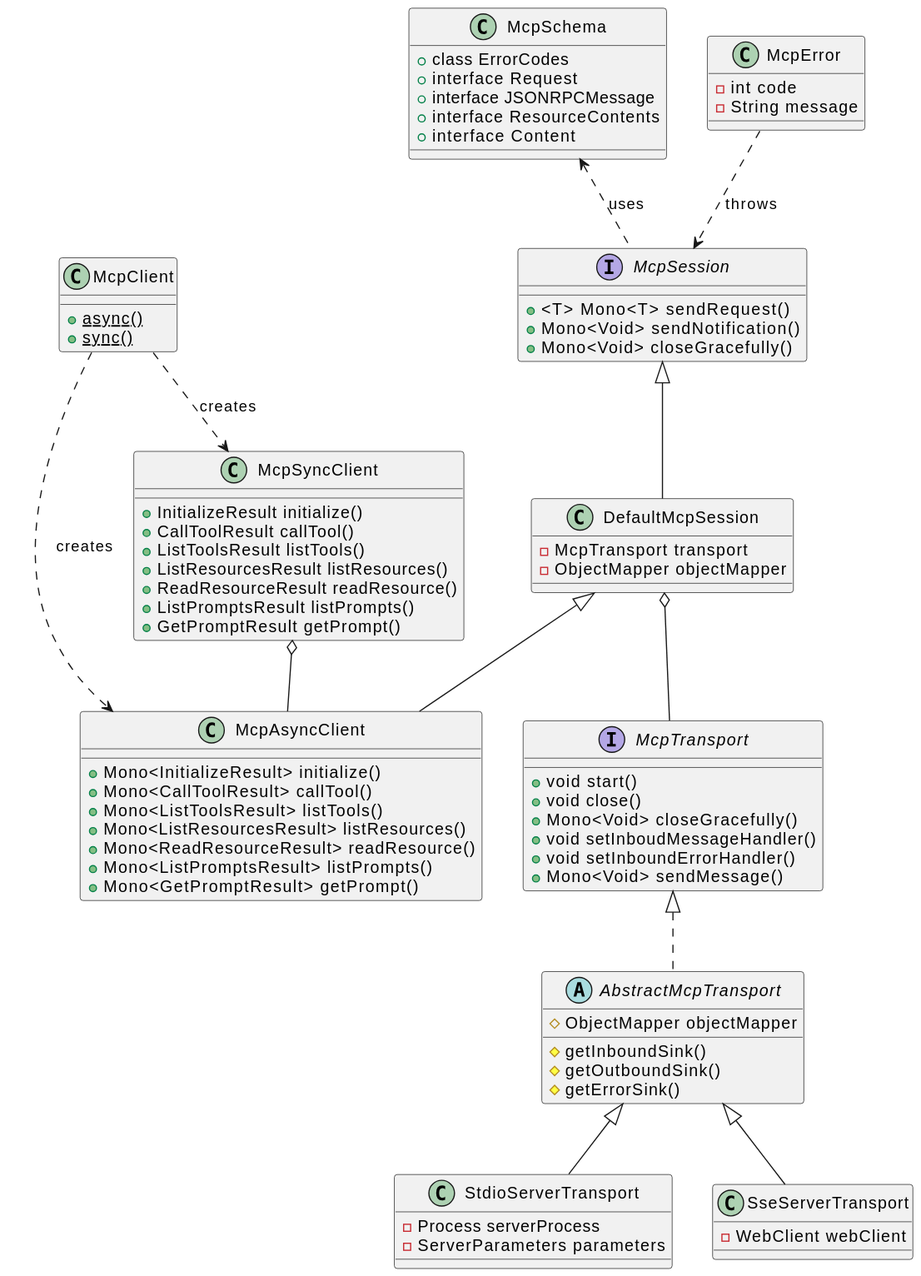
This is spring-ai-mcp-core/docs/spring-ai-mcp-uml-classdiagram.svg from ziscloud/java-sdk, a PlantUML export, as it was before one commit.
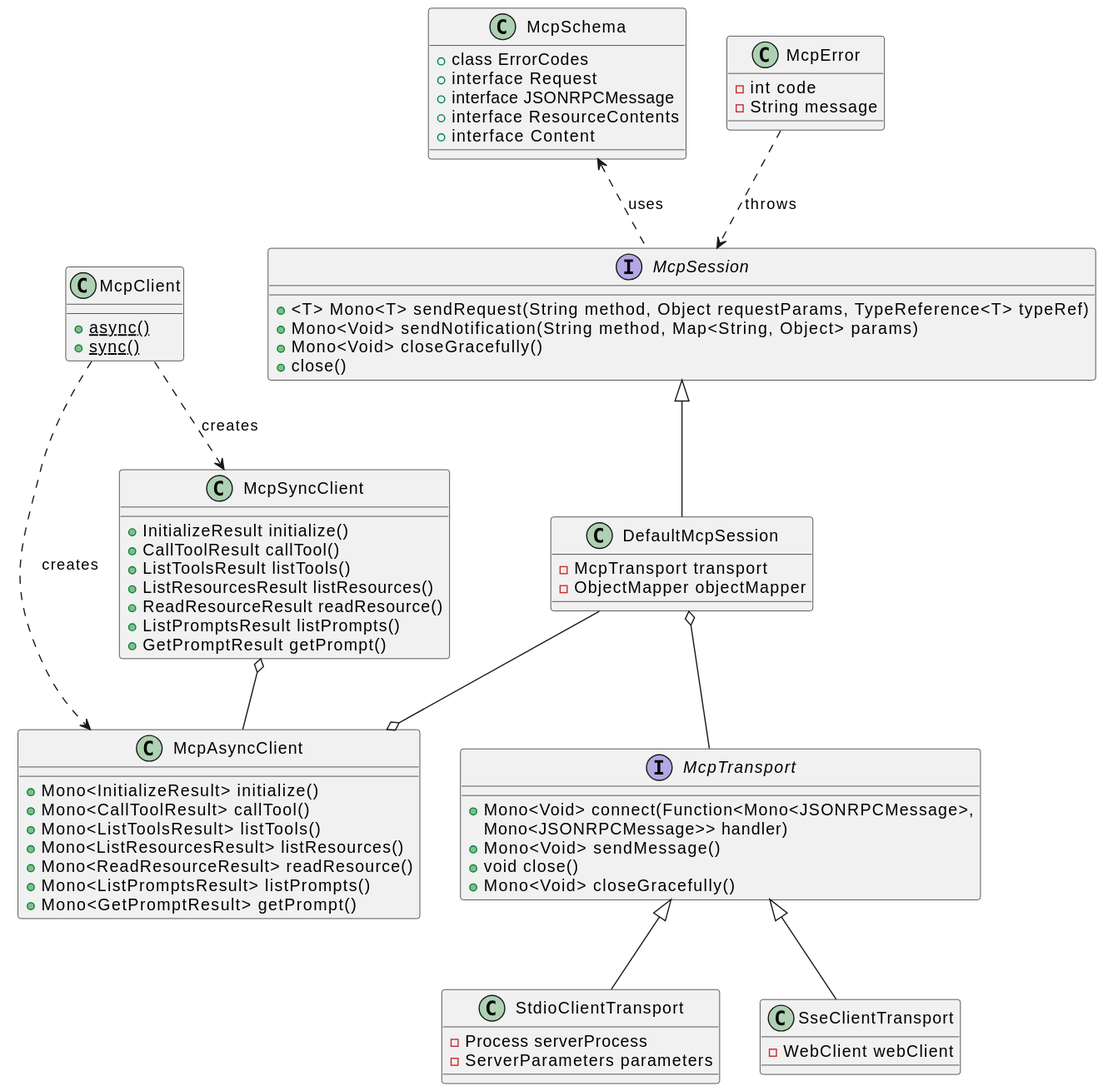
After the change.

Change to the diagram source:
```diff
@@ -1,24 +1,17 @@
 @startuml
 interface McpTransport {
-  +void start()
+  +Mono<Void> connect(Function<Mono<JSONRPCMessage>,
+                       Mono<JSONRPCMessage>> handler)
+  +Mono<Void> sendMessage()
   +void close()
   +Mono<Void> closeGracefully()
-  +void setInboudMessageHandler()
-  +void setInboundErrorHandler()
-  +Mono<Void> sendMessage()
-}
-
-abstract class AbstractMcpTransport {
-  #ObjectMapper objectMapper
-  #getInboundSink()
-  #getOutboundSink()
-  #getErrorSink()
 }
 
 interface McpSession {
-  +<T> Mono<T> sendRequest()
-  +Mono<Void> sendNotification()
+  +<T> Mono<T> sendRequest(String method, Object requestParams, TypeReference<T> typeRef)
+  +Mono<Void> sendNotification(String method, Map<String, Object> params)
   +Mono<Void> closeGracefully()
+  +close()
 }
 
 class DefaultMcpSession {
@@ -51,12 +44,12 @@
   +GetPromptResult getPrompt()
 }
 
-class StdioServerTransport {
+class StdioClientTransport {
   -Process serverProcess
   -ServerParameters parameters
 }
 
-class SseServerTransport {
+class SseClientTransport {
   -WebClient webClient
 }
 
@@ -73,11 +66,10 @@
   -String message
 }
 
-McpTransport <|.. AbstractMcpTransport
-AbstractMcpTransport <|-- StdioServerTransport
-AbstractMcpTransport <|-- SseServerTransport
+McpTransport <|-- StdioClientTransport
+McpTransport <|-- SseClientTransport
 McpSession <|-- DefaultMcpSession
-DefaultMcpSession <|-- McpAsyncClient
+DefaultMcpSession --o McpAsyncClient
 McpClient ..> McpAsyncClient : creates
 McpClient ..> McpSyncClient : creates
 McpSyncClient o-- McpAsyncClient
```
